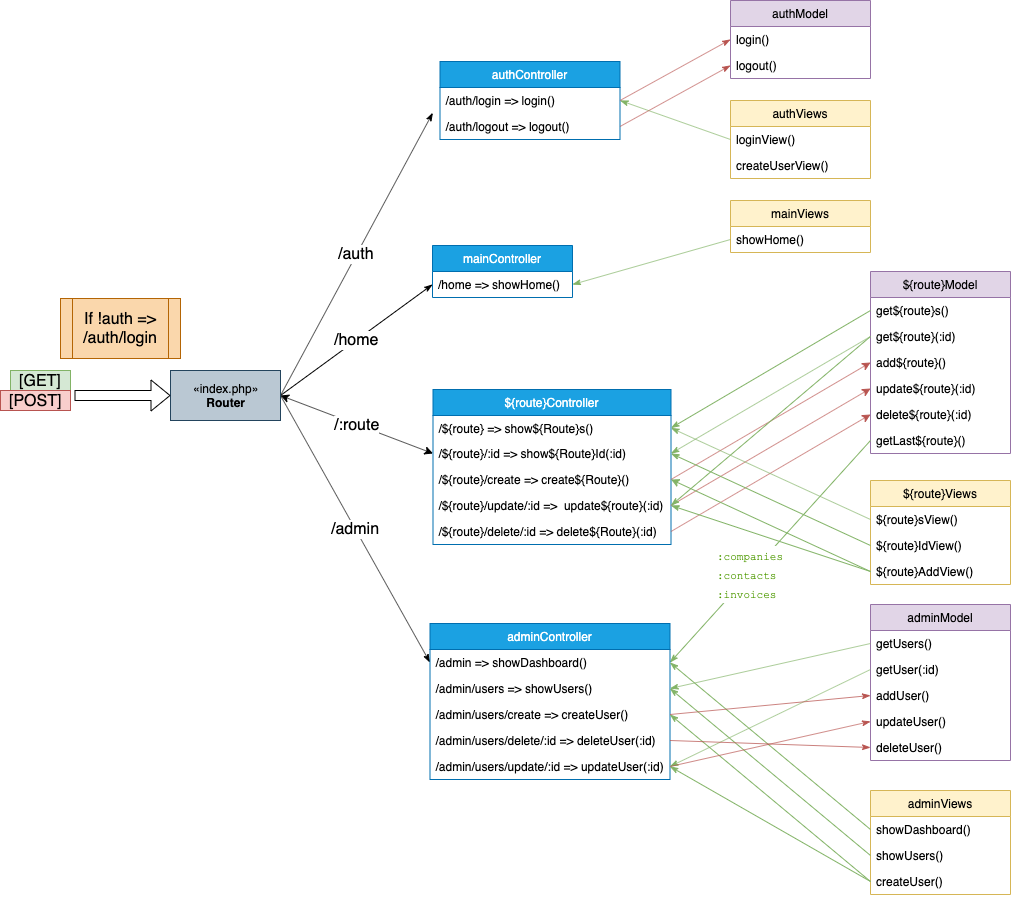
The draw.io diagram infos/cogip flowchart.png in PierreKimbanziR/cogip, before a commit. Source tidied: cells renumbered, new cells last; positions are measured from the earlier drawing's top-left corner, leaving out a move shared by most shapes.
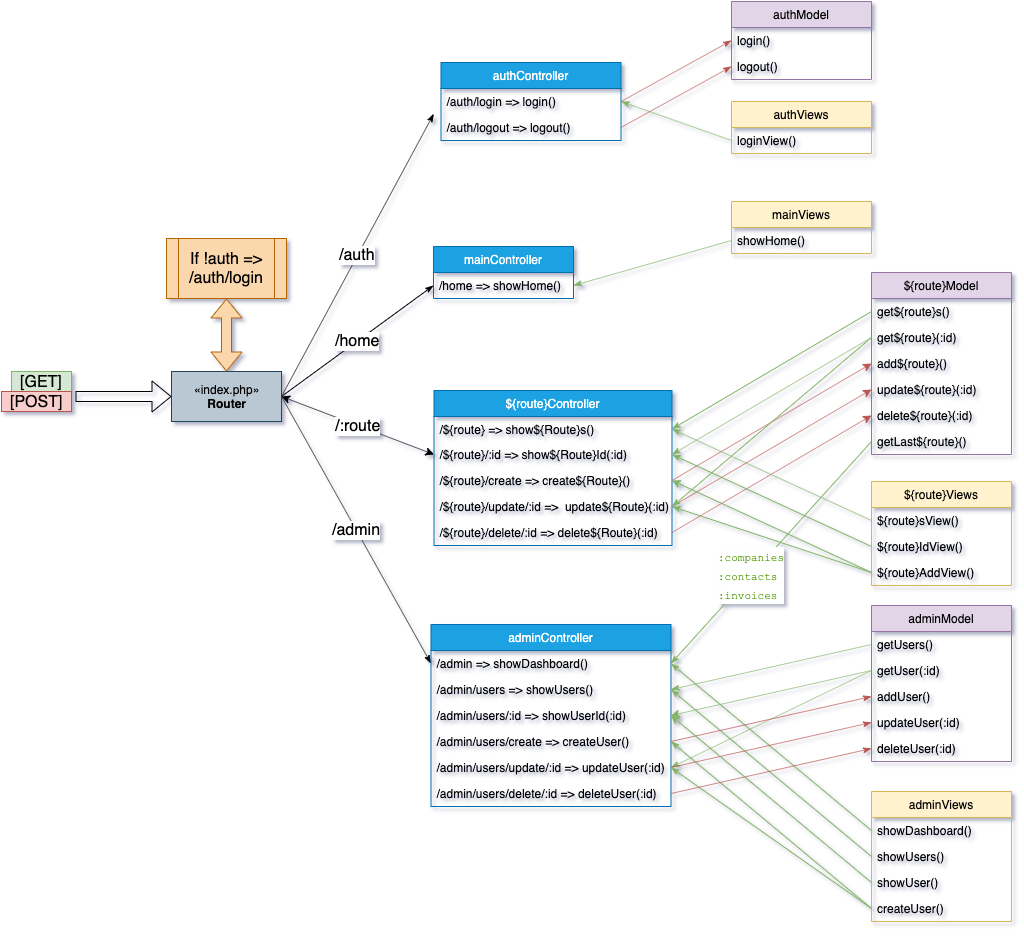
The same file after the commit.

Commit message:
prepare adminModel and adminController and update flowchart

The edit, as a diff of the source:
```diff
@@ -29,7 +29,7 @@
     <mxCell id="10" value="/${route}/create =&gt; create${Route}()" style="text;strokeColor=none;fillColor=none;align=left;verticalAlign=top;spacingLeft=4;spacingRight=4;overflow=hidden;points=[[0,0.5],[1,0.5]];portConstraint=eastwest;" parent="7" vertex="1">
       <mxGeometry y="77" width="238" height="26" as="geometry" />
     </mxCell>
-    <mxCell id="11" value="/${route}/update/:id =&gt;  update${route}(:id)" style="text;strokeColor=none;fillColor=none;align=left;verticalAlign=top;spacingLeft=4;spacingRight=4;overflow=hidden;points=[[0,0.5],[1,0.5]];portConstraint=eastwest;" parent="7" vertex="1">
+    <mxCell id="11" value="/${route}/update/:id =&gt;  update${Route}(:id)" style="text;strokeColor=none;fillColor=none;align=left;verticalAlign=top;spacingLeft=4;spacingRight=4;overflow=hidden;points=[[0,0.5],[1,0.5]];portConstraint=eastwest;" parent="7" vertex="1">
       <mxGeometry y="103" width="238" height="26" as="geometry" />
     </mxCell>
     <mxCell id="12" value="/${route}/delete/:id =&gt; delete${Route}(:id)" style="text;strokeColor=none;fillColor=none;align=left;verticalAlign=top;spacingLeft=4;spacingRight=4;overflow=hidden;points=[[0,0.5],[1,0.5]];portConstraint=eastwest;" parent="7" vertex="1">
@@ -132,14 +132,11 @@
       <mxGeometry y="52" width="180" height="26" as="geometry" />
     </mxCell>
     <mxCell id="45" value="authViews" style="swimlane;fontStyle=0;horizontal=1;startSize=26;fillColor=#fff2cc;strokeColor=#d6b656;" parent="1" vertex="1">
-      <mxGeometry x="730" y="100" width="140" height="78" as="geometry" />
+      <mxGeometry x="730" y="100" width="140" height="52" as="geometry" />
     </mxCell>
     <mxCell id="46" value="loginView()" style="text;strokeColor=none;fillColor=none;align=left;verticalAlign=top;spacingLeft=4;spacingRight=4;overflow=hidden;points=[[0,0.5],[1,0.5]];portConstraint=eastwest;" parent="45" vertex="1">
       <mxGeometry y="26" width="140" height="26" as="geometry" />
     </mxCell>
-    <mxCell id="47" value="createUserView()" style="text;strokeColor=none;fillColor=none;align=left;verticalAlign=top;spacingLeft=4;spacingRight=4;overflow=hidden;" parent="45" vertex="1">
-      <mxGeometry y="52" width="140" height="26" as="geometry" />
-    </mxCell>
     <mxCell id="48" style="edgeStyle=none;rounded=1;jettySize=auto;html=1;exitX=0;exitY=0.5;exitDx=0;exitDy=0;entryX=1;entryY=0.5;entryDx=0;entryDy=0;startArrow=none;startFill=0;endArrow=classicThin;endFill=1;strokeColor=#82b366;strokeWidth=1;fontSize=16;fillColor=#d5e8d4;" parent="1" edge="1" source="46" target="43">
       <mxGeometry relative="1" as="geometry" />
     </mxCell>
@@ -159,7 +156,7 @@
       <mxGeometry relative="1" as="geometry" />
     </mxCell>
     <mxCell id="54" value="adminController" style="swimlane;fontStyle=0;horizontal=1;startSize=26;fillColor=#1ba1e2;strokeColor=#006EAF;fontColor=#ffffff;" parent="1" vertex="1">
-      <mxGeometry x="429.5" y="623" width="240" height="156" as="geometry" />
+      <mxGeometry x="429.5" y="623" width="240" height="182" as="geometry" />
     </mxCell>
     <mxCell id="55" value="/admin =&gt; showDashboard()" style="text;strokeColor=none;fillColor=none;align=left;verticalAlign=top;spacingLeft=4;spacingRight=4;overflow=hidden;points=[[0,0.5],[1,0.5]];portConstraint=eastwest;" parent="54" vertex="1">
       <mxGeometry y="26" width="240" height="26" as="geometry" />
@@ -167,17 +164,20 @@
     <mxCell id="56" value="/admin/users =&gt; showUsers()" style="text;strokeColor=none;fillColor=none;align=left;verticalAlign=top;spacingLeft=4;spacingRight=4;overflow=hidden;points=[[0,0.5],[1,0.5]];portConstraint=eastwest;" parent="54" vertex="1">
       <mxGeometry y="52" width="240" height="26" as="geometry" />
     </mxCell>
+    <mxCell id="82" value="/admin/users/:id =&gt; showUserId(:id)" style="text;strokeColor=none;fillColor=none;align=left;verticalAlign=top;spacingLeft=4;spacingRight=4;overflow=hidden;points=[[0,0.5],[1,0.5]];portConstraint=eastwest;" parent="54" vertex="1">
+      <mxGeometry y="78" width="240" height="26" as="geometry" />
+    </mxCell>
     <mxCell id="57" value="/admin/users/create =&gt; createUser()" style="text;strokeColor=none;fillColor=none;align=left;verticalAlign=top;spacingLeft=4;spacingRight=4;overflow=hidden;points=[[0,0.5],[1,0.5]];portConstraint=eastwest;" parent="54" vertex="1">
-      <mxGeometry y="78" width="240" height="26" as="geometry" />
+      <mxGeometry y="104" width="240" height="26" as="geometry" />
     </mxCell>
+    <mxCell id="59" value="/admin/users/update/:id =&gt; updateUser(:id)" style="text;strokeColor=none;fillColor=none;align=left;verticalAlign=top;spacingLeft=4;spacingRight=4;overflow=hidden;points=[[0,0.5],[1,0.5]];portConstraint=eastwest;" parent="54" vertex="1">
+      <mxGeometry y="130" width="240" height="26" as="geometry" />
+    </mxCell>
     <mxCell id="58" value="/admin/users/delete/:id =&gt; deleteUser(:id)" style="text;strokeColor=none;fillColor=none;align=left;verticalAlign=top;spacingLeft=4;spacingRight=4;overflow=hidden;points=[[0,0.5],[1,0.5]];portConstraint=eastwest;" parent="54" vertex="1">
-      <mxGeometry y="104" width="240" height="26" as="geometry" />
+      <mxGeometry y="156" width="240" height="26" as="geometry" />
     </mxCell>
-    <mxCell id="59" value="/admin/users/update/:id =&gt; updateUser(:id)" style="text;strokeColor=none;fillColor=none;align=left;verticalAlign=top;spacingLeft=4;spacingRight=4;overflow=hidden;points=[[0,0.5],[1,0.5]];portConstraint=eastwest;" parent="54" vertex="1">
-      <mxGeometry y="130" width="240" height="26" as="geometry" />
-    </mxCell>
     <mxCell id="60" value="adminViews" style="swimlane;fontStyle=0;horizontal=1;startSize=26;fillColor=#fff2cc;strokeColor=#d6b656;" parent="1" vertex="1">
-      <mxGeometry x="870" y="790" width="140" height="104" as="geometry" />
+      <mxGeometry x="870" y="790" width="140" height="130" as="geometry" />
     </mxCell>
     <mxCell id="61" value="showDashboard()" style="text;strokeColor=none;fillColor=none;align=left;verticalAlign=top;spacingLeft=4;spacingRight=4;overflow=hidden;points=[[0,0.5],[1,0.5]];portConstraint=eastwest;" parent="60" vertex="1">
       <mxGeometry y="26" width="140" height="26" as="geometry" />
@@ -185,8 +185,11 @@
     <mxCell id="62" value="showUsers()" style="text;strokeColor=none;fillColor=none;align=left;verticalAlign=top;spacingLeft=4;spacingRight=4;overflow=hidden;points=[[0,0.5],[1,0.5]];portConstraint=eastwest;" parent="60" vertex="1">
       <mxGeometry y="52" width="140" height="26" as="geometry" />
     </mxCell>
+    <mxCell id="83" value="showUser()" style="text;strokeColor=none;fillColor=none;align=left;verticalAlign=top;spacingLeft=4;spacingRight=4;overflow=hidden;points=[[0,0.5],[1,0.5]];portConstraint=eastwest;" parent="60" vertex="1">
+      <mxGeometry y="78" width="140" height="26" as="geometry" />
+    </mxCell>
     <mxCell id="63" value="createUser()" style="text;strokeColor=none;fillColor=none;align=left;verticalAlign=top;spacingLeft=4;spacingRight=4;overflow=hidden;points=[[0,0.5],[1,0.5]];portConstraint=eastwest;" parent="60" vertex="1">
-      <mxGeometry y="78" width="140" height="26" as="geometry" />
+      <mxGeometry y="104" width="140" height="26" as="geometry" />
     </mxCell>
     <mxCell id="64" style="edgeStyle=none;rounded=1;jettySize=auto;html=1;exitX=0;exitY=0.5;exitDx=0;exitDy=0;entryX=1;entryY=0.5;entryDx=0;entryDy=0;startArrow=none;startFill=0;endArrow=classicThin;endFill=1;strokeColor=#82b366;strokeWidth=1;fontSize=16;fillColor=#d5e8d4;" parent="1" edge="1" source="61" target="55">
       <mxGeometry relative="1" as="geometry" />
@@ -212,10 +215,10 @@
     <mxCell id="71" value="addUser()" style="text;strokeColor=none;fillColor=none;align=left;verticalAlign=top;spacingLeft=4;spacingRight=4;overflow=hidden;points=[[0,0.5],[1,0.5]];portConstraint=eastwest;" parent="68" vertex="1">
       <mxGeometry y="78" width="140" height="26" as="geometry" />
     </mxCell>
-    <mxCell id="72" value="updateUser()" style="text;strokeColor=none;fillColor=none;align=left;verticalAlign=top;spacingLeft=4;spacingRight=4;overflow=hidden;points=[[0,0.5],[1,0.5]];portConstraint=eastwest;" parent="68" vertex="1">
+    <mxCell id="72" value="updateUser(:id)" style="text;strokeColor=none;fillColor=none;align=left;verticalAlign=top;spacingLeft=4;spacingRight=4;overflow=hidden;points=[[0,0.5],[1,0.5]];portConstraint=eastwest;" parent="68" vertex="1">
       <mxGeometry y="104" width="140" height="26" as="geometry" />
     </mxCell>
-    <mxCell id="73" value="deleteUser()" style="text;strokeColor=none;fillColor=none;align=left;verticalAlign=top;spacingLeft=4;spacingRight=4;overflow=hidden;points=[[0,0.5],[1,0.5]];portConstraint=eastwest;" parent="68" vertex="1">
+    <mxCell id="73" value="deleteUser(:id)" style="text;strokeColor=none;fillColor=none;align=left;verticalAlign=top;spacingLeft=4;spacingRight=4;overflow=hidden;points=[[0,0.5],[1,0.5]];portConstraint=eastwest;" parent="68" vertex="1">
       <mxGeometry y="130" width="140" height="26" as="geometry" />
     </mxCell>
     <mxCell id="74" style="edgeStyle=none;rounded=1;jettySize=auto;html=1;exitX=0;exitY=0.5;exitDx=0;exitDy=0;entryX=1;entryY=0.5;entryDx=0;entryDy=0;startArrow=none;startFill=0;endArrow=classicThin;endFill=1;strokeColor=#82b366;strokeWidth=1;fontSize=16;fillColor=#d5e8d4;" parent="1" edge="1" source="69" target="56">
@@ -245,7 +248,16 @@
       </mxGeometry>
     </mxCell>
     <mxCell id="81" value="If !auth =&amp;gt; /auth/login" style="shape=process;whiteSpace=wrap;html=1;backgroundOutline=1;fontSize=16;fillColor=#fad7ac;strokeColor=#b46504;" parent="1" vertex="1">
-      <mxGeometry x="60" y="298" width="120" height="60" as="geometry" />
+      <mxGeometry x="165" y="237" width="120" height="60" as="geometry" />
     </mxCell>
+    <mxCell id="84" style="rounded=0;jettySize=auto;html=1;exitX=0;exitY=0.5;exitDx=0;exitDy=0;entryX=1;entryY=0.5;entryDx=0;entryDy=0;fillColor=#d5e8d4;strokeColor=#82b366;" parent="1" edge="1" source="70" target="82">
+      <mxGeometry relative="1" as="geometry" />
+    </mxCell>
+    <mxCell id="85" style="edgeStyle=none;rounded=0;jettySize=auto;html=1;exitX=0;exitY=0.5;exitDx=0;exitDy=0;entryX=1;entryY=0.5;entryDx=0;entryDy=0;fillColor=#d5e8d4;strokeColor=#82b366;" parent="1" edge="1" source="83" target="82">
+      <mxGeometry relative="1" as="geometry" />
+    </mxCell>
+    <mxCell id="86" style="shape=flexArrow;endArrow=classic;startArrow=classic;html=1;entryX=0.5;entryY=1;entryDx=0;entryDy=0;exitX=0.5;exitY=0;exitDx=0;exitDy=0;fillColor=#fad7ac;strokeColor=#b46504;" parent="1" edge="1" source="6" target="81">
+      <mxGeometry relative="1" as="geometry" />
+    </mxCell>
   </root>
 </mxGraphModel>
```
